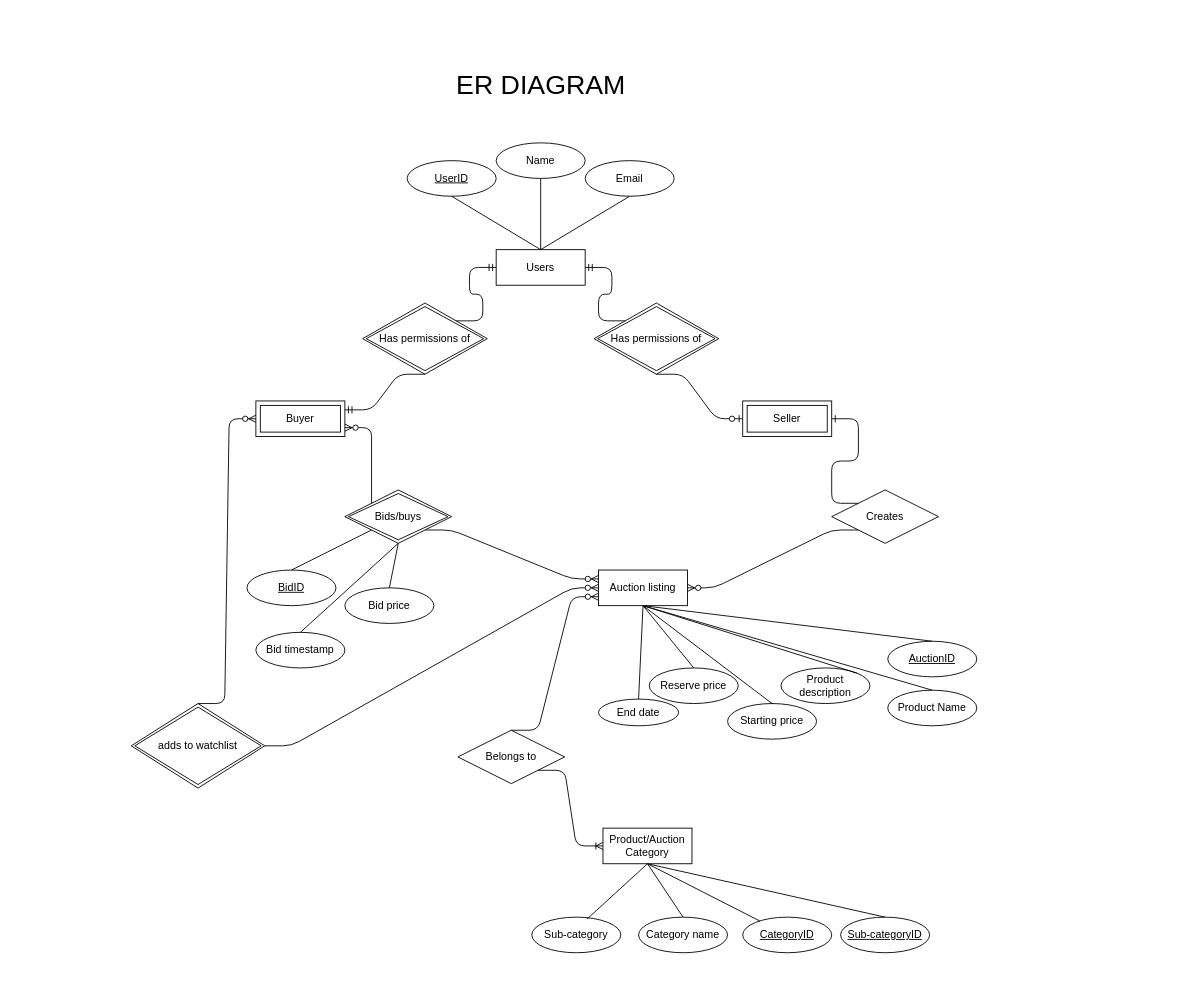
The draw.io diagram page "Qasim" (1 of 3) of Auction Site ERD.drawio in rwshaw/Auction-Website, before the edit. Source tidied: cells renumbered, new cells numbered last; positions are measured from the earlier drawing's top-left corner, leaving out a move shared by most shapes. Both pictures are drawn from the tidied source at 89%, with x=0, y=0 at pixel (131, 71).
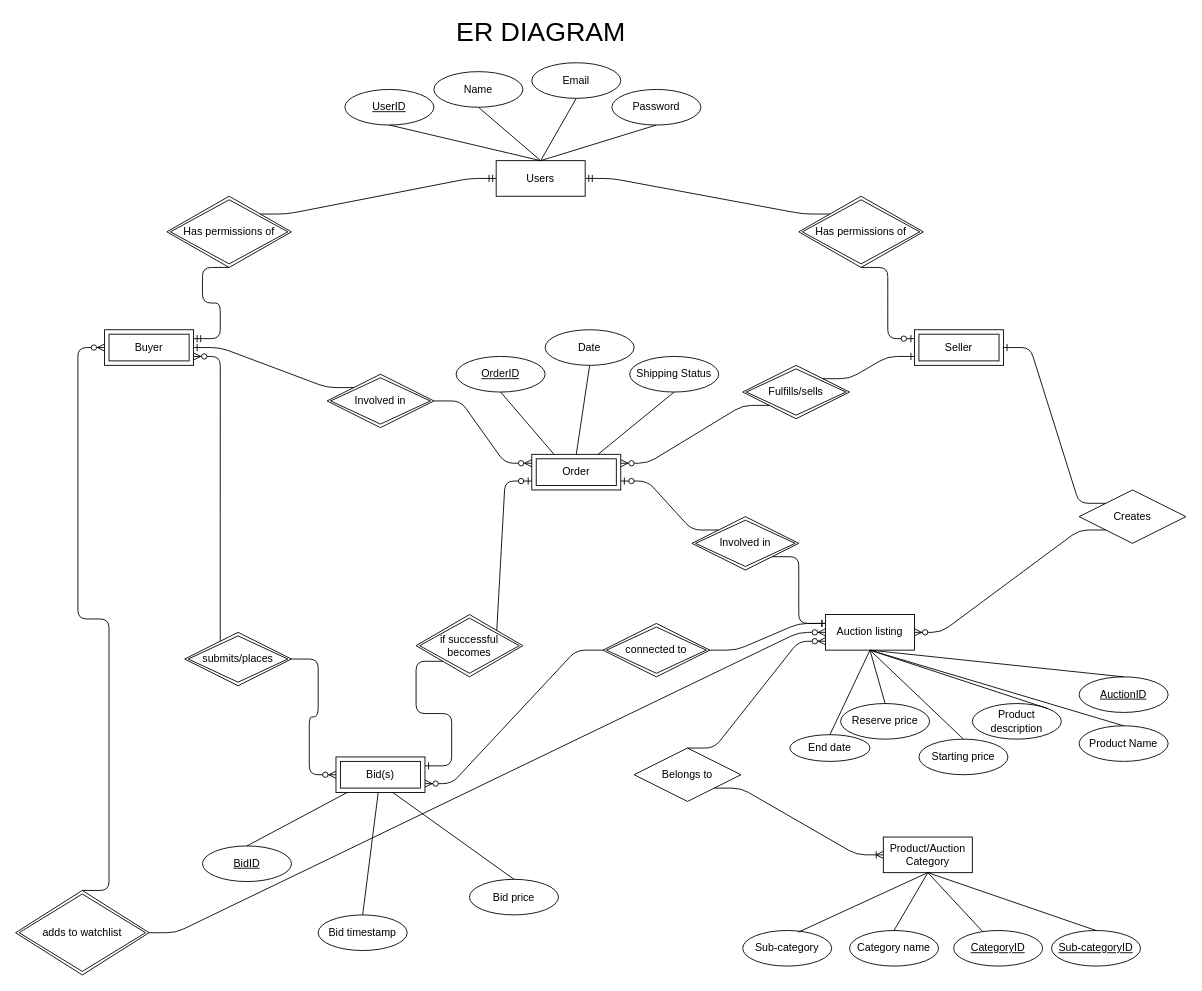
The same page after the edit.

Diff of the diagram source:
```diff
@@
     <mxCell id="2" value="Users" style="whiteSpace=wrap;html=1;align=center;" parent="1" vertex="1">
-      <mxGeometry x="410" y="200" width="100" height="40" as="geometry" />
+      <mxGeometry x="410" y="100" width="100" height="40" as="geometry" />
     </mxCell>
     <mxCell id="3" value="Has permissions of" style="shape=rhombus;double=1;perimeter=rhombusPerimeter;whiteSpace=wrap;html=1;align=center;" parent="1" vertex="1">
-      <mxGeometry x="520" y="260" width="140" height="80" as="geometry" />
+      <mxGeometry x="750" y="140" width="140" height="80" as="geometry" />
     </mxCell>
     <mxCell id="4" value="Seller" style="shape=ext;margin=3;double=1;whiteSpace=wrap;html=1;align=center;" parent="1" vertex="1">
-      <mxGeometry x="687" y="370" width="100" height="40" as="geometry" />
+      <mxGeometry x="880" y="290" width="100" height="40" as="geometry" />
     </mxCell>
     <mxCell id="5" value="Buyer" style="shape=ext;margin=3;double=1;whiteSpace=wrap;html=1;align=center;" parent="1" vertex="1">
-      <mxGeometry x="140" y="370" width="100" height="40" as="geometry" />
+      <mxGeometry x="-30" y="290" width="100" height="40" as="geometry" />
     </mxCell>
     <mxCell id="6" value="Has permissions of" style="shape=rhombus;double=1;perimeter=rhombusPerimeter;whiteSpace=wrap;html=1;align=center;" parent="1" vertex="1">
-      <mxGeometry x="260" y="260" width="140" height="80" as="geometry" />
+      <mxGeometry x="40" y="140" width="140" height="80" as="geometry" />
     </mxCell>
-    <mxCell id="7" style="edgeStyle=entityRelationEdgeStyle;fontSize=12;html=1;endArrow=ERzeroToOne;endFill=1;rounded=1;exitX=0.5;exitY=1;exitDx=0;exitDy=0;" parent="1" edge="1" source="3" target="4">
+    <mxCell id="7" style="edgeStyle=entityRelationEdgeStyle;fontSize=12;html=1;endArrow=ERzeroToOne;endFill=1;rounded=1;exitX=0.5;exitY=1;exitDx=0;exitDy=0;entryX=0;entryY=0.25;entryDx=0;entryDy=0;" parent="1" edge="1" source="3" target="4">
       <mxGeometry relative="1" as="geometry" />
     </mxCell>
@@
     <mxCell id="10" value="Creates" style="shape=rhombus;perimeter=rhombusPerimeter;whiteSpace=wrap;html=1;align=center;" parent="1" vertex="1">
-      <mxGeometry x="787" y="470" width="120" height="60" as="geometry" />
+      <mxGeometry x="1065" y="470" width="120" height="60" as="geometry" />
     </mxCell>
     <mxCell id="11" value="Auction listing" style="whiteSpace=wrap;html=1;align=center;" parent="1" vertex="1">
-      <mxGeometry x="525" y="560" width="100" height="40" as="geometry" />
+      <mxGeometry x="780" y="610" width="100" height="40" as="geometry" />
     </mxCell>
@@
     <mxCell id="14" value="AuctionID" style="ellipse;whiteSpace=wrap;html=1;align=center;fontStyle=4;" parent="1" vertex="1">
-      <mxGeometry x="850" y="640" width="100" height="40" as="geometry" />
+      <mxGeometry x="1065" y="680" width="100" height="40" as="geometry" />
     </mxCell>
@@
     <mxCell id="17" value="Product Name" style="ellipse;whiteSpace=wrap;html=1;align=center;" parent="1" vertex="1">
-      <mxGeometry x="850" y="695" width="100" height="40" as="geometry" />
+      <mxGeometry x="1065" y="735" width="100" height="40" as="geometry" />
     </mxCell>
@@
     <mxCell id="19" value="Product description" style="ellipse;whiteSpace=wrap;html=1;align=center;" parent="1" vertex="1">
-      <mxGeometry x="730" y="670" width="100" height="40" as="geometry" />
+      <mxGeometry x="945" y="710" width="100" height="40" as="geometry" />
     </mxCell>
@@
-    <mxCell id="21" style="edgeStyle=entityRelationEdgeStyle;fontSize=12;html=1;endArrow=ERzeroToMany;endFill=1;exitX=1;exitY=1;exitDx=0;exitDy=0;entryX=0;entryY=0.25;entryDx=0;entryDy=0;" parent="1" edge="1" source="51" target="11">
-      <mxGeometry relative="1" as="geometry" />
-    </mxCell>
-    <mxCell id="22" style="edgeStyle=entityRelationEdgeStyle;fontSize=12;html=1;endArrow=ERzeroToMany;endFill=1;exitX=0;exitY=0.5;exitDx=0;exitDy=0;entryX=1;entryY=0.75;entryDx=0;entryDy=0;" parent="1" edge="1" source="51" target="5">
+    <mxCell id="22" style="edgeStyle=entityRelationEdgeStyle;fontSize=12;html=1;endArrow=ERzeroToMany;endFill=1;exitX=0.583;exitY=0.5;exitDx=0;exitDy=0;exitPerimeter=0;entryX=1;entryY=0.75;entryDx=0;entryDy=0;" parent="1" edge="1" source="51" target="5">
       <mxGeometry relative="1" as="geometry" />
     </mxCell>
     <mxCell id="23" value="Bid price" style="ellipse;whiteSpace=wrap;html=1;align=center;" parent="1" vertex="1">
-      <mxGeometry x="240" y="580" width="100" height="40" as="geometry" />
+      <mxGeometry x="380" y="907.5" width="100" height="40" as="geometry" />
     </mxCell>
-    <mxCell id="24" style="endArrow=none;html=1;rounded=0;entryX=0.5;entryY=0;entryDx=0;entryDy=0;exitX=0.5;exitY=1;exitDx=0;exitDy=0;" parent="1" edge="1" source="51" target="23">
+    <mxCell id="24" style="endArrow=none;html=1;rounded=0;entryX=0.5;entryY=0;entryDx=0;entryDy=0;exitX=0.5;exitY=0.75;exitDx=0;exitDy=0;exitPerimeter=0;" parent="1" edge="1" source="60" target="23">
       <mxGeometry relative="1" as="geometry" />
     </mxCell>
     <mxCell id="25" value="BidID" style="ellipse;whiteSpace=wrap;html=1;align=center;fontStyle=4;" parent="1" vertex="1">
-      <mxGeometry x="130" y="560" width="100" height="40" as="geometry" />
+      <mxGeometry x="80" y="870" width="100" height="40" as="geometry" />
     </mxCell>
-    <mxCell id="26" style="endArrow=none;html=1;rounded=0;exitX=0.5;exitY=0;exitDx=0;exitDy=0;entryX=0;entryY=1;entryDx=0;entryDy=0;" parent="1" edge="1" source="25" target="51">
+    <mxCell id="26" style="endArrow=none;html=1;rounded=0;exitX=0.5;exitY=0;exitDx=0;exitDy=0;entryX=0.5;entryY=0.5;entryDx=0;entryDy=0;entryPerimeter=0;" parent="1" edge="1" source="25" target="60">
       <mxGeometry relative="1" as="geometry" />
     </mxCell>
     <mxCell id="27" value="End date" style="ellipse;whiteSpace=wrap;html=1;align=center;" parent="1" vertex="1">
-      <mxGeometry x="525" y="705" width="90" height="30" as="geometry" />
+      <mxGeometry x="740" y="745" width="90" height="30" as="geometry" />
     </mxCell>
@@
     <mxCell id="29" value="Belongs to" style="shape=rhombus;perimeter=rhombusPerimeter;whiteSpace=wrap;html=1;align=center;" parent="1" vertex="1">
-      <mxGeometry x="367" y="740" width="120" height="60" as="geometry" />
+      <mxGeometry x="565" y="760" width="120" height="60" as="geometry" />
     </mxCell>
     <mxCell id="30" value="Product/Auction Category" style="whiteSpace=wrap;html=1;align=center;" parent="1" vertex="1">
-      <mxGeometry x="530" y="850" width="100" height="40" as="geometry" />
+      <mxGeometry x="845" y="860" width="100" height="40" as="geometry" />
     </mxCell>
@@
     <mxCell id="33" value="CategoryID" style="ellipse;whiteSpace=wrap;html=1;align=center;fontStyle=4;" parent="1" vertex="1">
-      <mxGeometry x="687" y="950" width="100" height="40" as="geometry" />
+      <mxGeometry x="924" y="965" width="100" height="40" as="geometry" />
     </mxCell>
     <mxCell id="34" value="Category name" style="ellipse;whiteSpace=wrap;html=1;align=center;" parent="1" vertex="1">
-      <mxGeometry x="570" y="950" width="100" height="40" as="geometry" />
+      <mxGeometry x="807" y="965" width="100" height="40" as="geometry" />
     </mxCell>
     <mxCell id="35" value="Sub-category" style="ellipse;whiteSpace=wrap;html=1;align=center;" parent="1" vertex="1">
-      <mxGeometry x="450" y="950" width="100" height="40" as="geometry" />
+      <mxGeometry x="687" y="965" width="100" height="40" as="geometry" />
     </mxCell>
     <mxCell id="36" value="Sub-categoryID" style="ellipse;whiteSpace=wrap;html=1;align=center;fontStyle=4;" parent="1" vertex="1">
-      <mxGeometry x="797" y="950" width="100" height="40" as="geometry" />
+      <mxGeometry x="1034" y="965" width="100" height="40" as="geometry" />
     </mxCell>
@@
     <mxCell id="41" value="&lt;u&gt;UserID&lt;/u&gt;" style="ellipse;whiteSpace=wrap;html=1;align=center;" parent="1" vertex="1">
-      <mxGeometry x="310" y="100" width="100" height="40" as="geometry" />
+      <mxGeometry x="240" y="20" width="100" height="40" as="geometry" />
     </mxCell>
@@
     <mxCell id="44" value="Name" style="ellipse;whiteSpace=wrap;html=1;align=center;" parent="1" vertex="1">
-      <mxGeometry x="410" y="80" width="100" height="40" as="geometry" />
+      <mxGeometry x="340" width="100" height="40" as="geometry" />
     </mxCell>
     <mxCell id="45" value="Email" style="ellipse;whiteSpace=wrap;html=1;align=center;" parent="1" vertex="1">
-      <mxGeometry x="510" y="100" width="100" height="40" as="geometry" />
+      <mxGeometry x="450" y="-10" width="100" height="40" as="geometry" />
     </mxCell>
@@
     <mxCell id="47" value="Starting price" style="ellipse;whiteSpace=wrap;html=1;align=center;" parent="1" vertex="1">
-      <mxGeometry x="670" y="710" width="100" height="40" as="geometry" />
+      <mxGeometry x="885" y="750" width="100" height="40" as="geometry" />
     </mxCell>
     <mxCell id="48" value="Reserve price" style="ellipse;whiteSpace=wrap;html=1;align=center;" parent="1" vertex="1">
-      <mxGeometry x="582" y="670" width="100" height="40" as="geometry" />
+      <mxGeometry x="797" y="710" width="100" height="40" as="geometry" />
     </mxCell>
@@
-    <mxCell id="51" value="Bids/buys" style="shape=rhombus;double=1;perimeter=rhombusPerimeter;whiteSpace=wrap;html=1;align=center;shadow=0;sketch=0;strokeColor=#000000;gradientColor=none;" parent="1" vertex="1">
-      <mxGeometry x="240" y="470" width="120" height="60" as="geometry" />
+    <mxCell id="51" value="submits/places" style="shape=rhombus;double=1;perimeter=rhombusPerimeter;whiteSpace=wrap;html=1;align=center;shadow=0;sketch=0;strokeColor=#000000;gradientColor=none;" parent="1" vertex="1">
+      <mxGeometry x="60" y="630" width="120" height="60" as="geometry" />
     </mxCell>
     <mxCell id="52" value="Bid timestamp" style="ellipse;whiteSpace=wrap;html=1;align=center;" parent="1" vertex="1">
-      <mxGeometry x="140" y="630" width="100" height="40" as="geometry" />
+      <mxGeometry x="210" y="947.5" width="100" height="40" as="geometry" />
     </mxCell>
-    <mxCell id="53" style="endArrow=none;html=1;rounded=0;exitX=0.5;exitY=1;exitDx=0;exitDy=0;entryX=0.5;entryY=0;entryDx=0;entryDy=0;" parent="1" edge="1" source="51" target="52">
+    <mxCell id="53" style="endArrow=none;html=1;rounded=0;exitX=0.5;exitY=0.5;exitDx=0;exitDy=0;entryX=0.5;entryY=0;entryDx=0;entryDy=0;exitPerimeter=0;" parent="1" edge="1" source="60" target="52">
       <mxGeometry relative="1" as="geometry" />
     </mxCell>
     <mxCell id="54" value="adds to watchlist" style="shape=rhombus;double=1;perimeter=rhombusPerimeter;whiteSpace=wrap;html=1;align=center;shadow=0;sketch=0;strokeColor=#000000;gradientColor=none;" parent="1" vertex="1">
-      <mxGeometry y="710" width="150" height="95" as="geometry" />
+      <mxGeometry x="-130" y="920" width="150" height="95" as="geometry" />
     </mxCell>
@@
     <mxCell id="57" value="&lt;font style=&quot;font-size: 30px&quot;&gt;ER DIAGRAM&lt;/font&gt;" style="text;html=1;align=center;verticalAlign=middle;" parent="1" vertex="1">
-      <mxGeometry x="355" width="210" height="30" as="geometry" />
+      <mxGeometry x="355" y="-60" width="210" height="30" as="geometry" />
     </mxCell>
+    <mxCell id="58" value="Password" style="ellipse;whiteSpace=wrap;html=1;align=center;" parent="1" vertex="1">
+      <mxGeometry x="540" y="20" width="100" height="40" as="geometry" />
+    </mxCell>
+    <mxCell id="59" style="endArrow=none;html=1;rounded=0;entryX=0.5;entryY=1;entryDx=0;entryDy=0;exitX=0.5;exitY=0;exitDx=0;exitDy=0;" parent="1" edge="1" source="2" target="58">
+      <mxGeometry relative="1" as="geometry" />
+    </mxCell>
+    <mxCell id="60" value="Bid(s)" style="shape=ext;margin=3;double=1;whiteSpace=wrap;html=1;align=center;" parent="1" vertex="1">
+      <mxGeometry x="230" y="770" width="100" height="40" as="geometry" />
+    </mxCell>
+    <mxCell id="61" style="edgeStyle=entityRelationEdgeStyle;fontSize=12;html=1;endArrow=ERzeroToMany;endFill=1;" parent="1" edge="1" source="51" target="60">
+      <mxGeometry relative="1" as="geometry" />
+    </mxCell>
+    <mxCell id="62" value="connected to" style="shape=rhombus;double=1;perimeter=rhombusPerimeter;whiteSpace=wrap;html=1;align=center;" parent="1" vertex="1">
+      <mxGeometry x="530" y="620" width="120" height="60" as="geometry" />
+    </mxCell>
+    <mxCell id="63" style="edgeStyle=entityRelationEdgeStyle;fontSize=12;html=1;endArrow=ERone;endFill=1;entryX=0;entryY=0.25;entryDx=0;entryDy=0;" parent="1" edge="1" source="62" target="11">
+      <mxGeometry relative="1" as="geometry" />
+    </mxCell>
+    <mxCell id="64" style="edgeStyle=entityRelationEdgeStyle;fontSize=12;html=1;endArrow=ERzeroToMany;endFill=1;entryX=1;entryY=0.75;entryDx=0;entryDy=0;exitX=0;exitY=0.5;exitDx=0;exitDy=0;" parent="1" edge="1" source="62" target="60">
+      <mxGeometry relative="1" as="geometry" />
+    </mxCell>
+    <mxCell id="65" value="Order" style="shape=ext;margin=3;double=1;whiteSpace=wrap;html=1;align=center;" parent="1" vertex="1">
+      <mxGeometry x="450" y="430" width="100" height="40" as="geometry" />
+    </mxCell>
+    <mxCell id="66" style="edgeStyle=entityRelationEdgeStyle;fontSize=12;html=1;endArrow=ERzeroToOne;endFill=1;entryX=0;entryY=0.75;entryDx=0;entryDy=0;exitX=0.5;exitY=0.429;exitDx=0;exitDy=0;exitPerimeter=0;" parent="1" edge="1" source="67" target="65">
+      <mxGeometry relative="1" as="geometry" />
+    </mxCell>
+    <mxCell id="67" value="if successful becomes" style="shape=rhombus;double=1;perimeter=rhombusPerimeter;whiteSpace=wrap;html=1;align=center;" parent="1" vertex="1">
+      <mxGeometry x="320" y="610" width="120" height="70" as="geometry" />
+    </mxCell>
+    <mxCell id="68" style="edgeStyle=entityRelationEdgeStyle;fontSize=12;html=1;endArrow=ERone;endFill=1;entryX=1;entryY=0.25;entryDx=0;entryDy=0;exitX=0;exitY=1;exitDx=0;exitDy=0;" parent="1" edge="1" source="67" target="60">
+      <mxGeometry relative="1" as="geometry" />
+    </mxCell>
+    <mxCell id="69" value="Fulfills/sells" style="shape=rhombus;double=1;perimeter=rhombusPerimeter;whiteSpace=wrap;html=1;align=center;" parent="1" vertex="1">
+      <mxGeometry x="687" y="330" width="120" height="60" as="geometry" />
+    </mxCell>
+    <mxCell id="70" style="edgeStyle=entityRelationEdgeStyle;fontSize=12;html=1;endArrow=ERzeroToMany;endFill=1;entryX=1;entryY=0.25;entryDx=0;entryDy=0;exitX=0;exitY=1;exitDx=0;exitDy=0;" parent="1" edge="1" source="69" target="65">
+      <mxGeometry relative="1" as="geometry" />
+    </mxCell>
+    <mxCell id="71" style="edgeStyle=entityRelationEdgeStyle;fontSize=12;html=1;endArrow=ERone;endFill=1;entryX=0;entryY=0.75;entryDx=0;entryDy=0;exitX=1;exitY=0;exitDx=0;exitDy=0;" parent="1" edge="1" source="69" target="4">
+      <mxGeometry relative="1" as="geometry" />
+    </mxCell>
+    <mxCell id="72" value="Involved in" style="shape=rhombus;double=1;perimeter=rhombusPerimeter;whiteSpace=wrap;html=1;align=center;" parent="1" vertex="1">
+      <mxGeometry x="630" y="500" width="120" height="60" as="geometry" />
+    </mxCell>
+    <mxCell id="73" value="Involved in" style="shape=rhombus;double=1;perimeter=rhombusPerimeter;whiteSpace=wrap;html=1;align=center;" parent="1" vertex="1">
+      <mxGeometry x="220" y="340" width="120" height="60" as="geometry" />
+    </mxCell>
+    <mxCell id="74" style="edgeStyle=entityRelationEdgeStyle;fontSize=12;html=1;endArrow=ERzeroToMany;endFill=1;entryX=0;entryY=0.25;entryDx=0;entryDy=0;" parent="1" edge="1" source="73" target="65">
+      <mxGeometry relative="1" as="geometry" />
+    </mxCell>
+    <mxCell id="75" style="edgeStyle=entityRelationEdgeStyle;fontSize=12;html=1;endArrow=ERone;endFill=1;entryX=1;entryY=0.5;entryDx=0;entryDy=0;exitX=0;exitY=0;exitDx=0;exitDy=0;" parent="1" edge="1" source="73" target="5">
+      <mxGeometry relative="1" as="geometry" />
+    </mxCell>
+    <mxCell id="76" style="edgeStyle=entityRelationEdgeStyle;fontSize=12;html=1;endArrow=ERzeroToOne;endFill=1;entryX=1;entryY=0.75;entryDx=0;entryDy=0;exitX=0;exitY=0;exitDx=0;exitDy=0;" parent="1" edge="1" source="72" target="65">
+      <mxGeometry relative="1" as="geometry" />
+    </mxCell>
+    <mxCell id="77" style="edgeStyle=entityRelationEdgeStyle;fontSize=12;html=1;endArrow=ERone;endFill=1;entryX=0;entryY=0.25;entryDx=0;entryDy=0;exitX=1;exitY=1;exitDx=0;exitDy=0;" parent="1" edge="1" source="72" target="11">
+      <mxGeometry relative="1" as="geometry" />
+    </mxCell>
+    <mxCell id="78" value="OrderID" style="ellipse;whiteSpace=wrap;html=1;align=center;fontStyle=4;" parent="1" vertex="1">
+      <mxGeometry x="365" y="320" width="100" height="40" as="geometry" />
+    </mxCell>
+    <mxCell id="79" value="Date" style="ellipse;whiteSpace=wrap;html=1;align=center;" parent="1" vertex="1">
+      <mxGeometry x="465" y="290" width="100" height="40" as="geometry" />
+    </mxCell>
+    <mxCell id="80" style="endArrow=none;html=1;rounded=0;entryX=0.5;entryY=1;entryDx=0;entryDy=0;exitX=0.5;exitY=0;exitDx=0;exitDy=0;" parent="1" edge="1" source="65" target="79">
+      <mxGeometry relative="1" as="geometry" />
+    </mxCell>
+    <mxCell id="81" style="endArrow=none;html=1;rounded=0;entryX=0.5;entryY=1;entryDx=0;entryDy=0;exitX=0.25;exitY=0;exitDx=0;exitDy=0;" parent="1" edge="1" source="65" target="78">
+      <mxGeometry relative="1" as="geometry" />
+    </mxCell>
+    <mxCell id="82" value="Shipping Status" style="ellipse;whiteSpace=wrap;html=1;align=center;" parent="1" vertex="1">
+      <mxGeometry x="560" y="320" width="100" height="40" as="geometry" />
+    </mxCell>
+    <mxCell id="83" style="endArrow=none;html=1;rounded=0;entryX=0.5;entryY=1;entryDx=0;entryDy=0;" parent="1" edge="1" source="65" target="82">
+      <mxGeometry relative="1" as="geometry" />
+    </mxCell>
```
